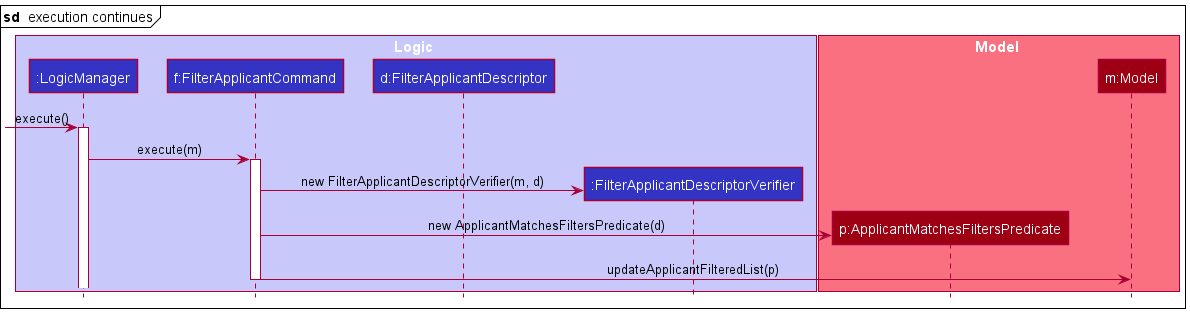
The PlantUML diagram docs/images/FilterApplicantSequenceDiagram1.png in nus-cs2103-AY2122S1/tp, before a commit.
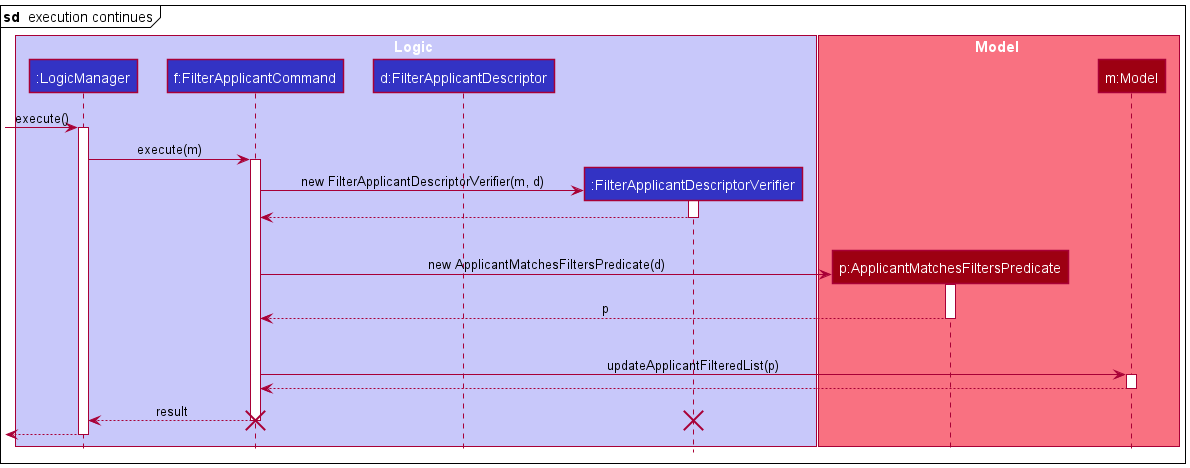
After the change.

Diff of the diagram source:
```diff
@@ -20,11 +20,23 @@
 LogicManager -> FilterApplicantCommand ++ : execute(m)
 
 FilterApplicantCommand -> FilterApplicantDescriptorVerifier ** : new FilterApplicantDescriptorVerifier(m, d)
-
+activate FilterApplicantDescriptorVerifier
+return
+|||
 
 FilterApplicantCommand -> ApplicantMatchesFiltersPredicate ** : new ApplicantMatchesFiltersPredicate(d)
+activate ApplicantMatchesFiltersPredicate
+ApplicantMatchesFiltersPredicate --> FilterApplicantCommand -- : p
+|||
 
 FilterApplicantCommand -> Model : updateApplicantFilteredList(p)
-deactivate FilterApplicantCommand
+activate Model
+return
+
+return result
+destroy FilterApplicantCommand
+destroy FilterApplicantDescriptorVerifier
+
+[<-- LogicManager --
 
 @enduml
```
